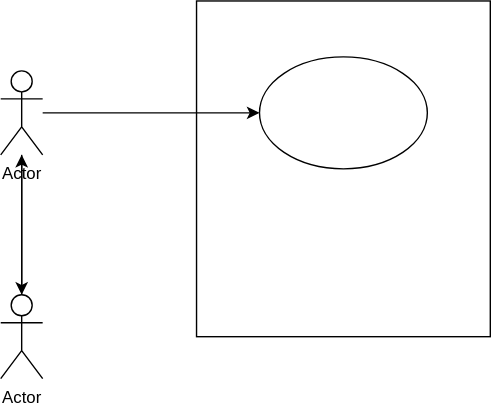
SethabaAT/test-use-cases-md keeps this draw.io diagram as usecase.drawio.svg. Above is the earlier version. Source tidied: cells renumbered, new cells last; positions are measured from the earlier drawing's top-left corner, leaving out a move shared by most shapes.
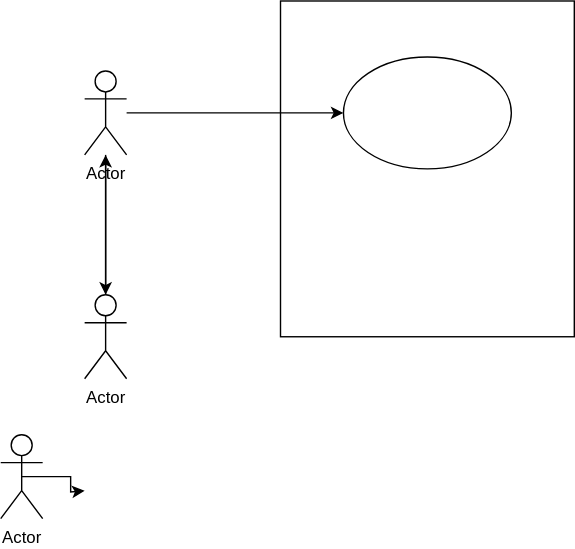
The same diagram one commit later.

What changed in the source:
```diff
@@ -23,5 +23,17 @@
     <mxCell id="8" value="Actor" style="shape=umlActor;verticalLabelPosition=bottom;verticalAlign=top;html=1;outlineConnect=0;" parent="1" vertex="1">
       <mxGeometry y="210" width="30" height="60" as="geometry" />
     </mxCell>
+    <mxCell id="9" style="edgeStyle=orthogonalEdgeStyle;rounded=0;jettySize=auto;html=1;exitX=0.5;exitY=0.5;exitDx=0;exitDy=0;exitPerimeter=0;" parent="1" edge="1" source="10">
+      <mxGeometry relative="1" as="geometry">
+        <mxPoint y="350" as="targetPoint" />
+        <Array as="points">
+          <mxPoint x="-10" y="340" />
+          <mxPoint x="-10" y="351" />
+        </Array>
+      </mxGeometry>
+    </mxCell>
+    <mxCell id="10" value="Actor" style="shape=umlActor;verticalLabelPosition=bottom;verticalAlign=top;html=1;outlineConnect=0;" parent="1" vertex="1">
+      <mxGeometry x="-60" y="310" width="30" height="60" as="geometry" />
+    </mxCell>
   </root>
 </mxGraphModel>
```
